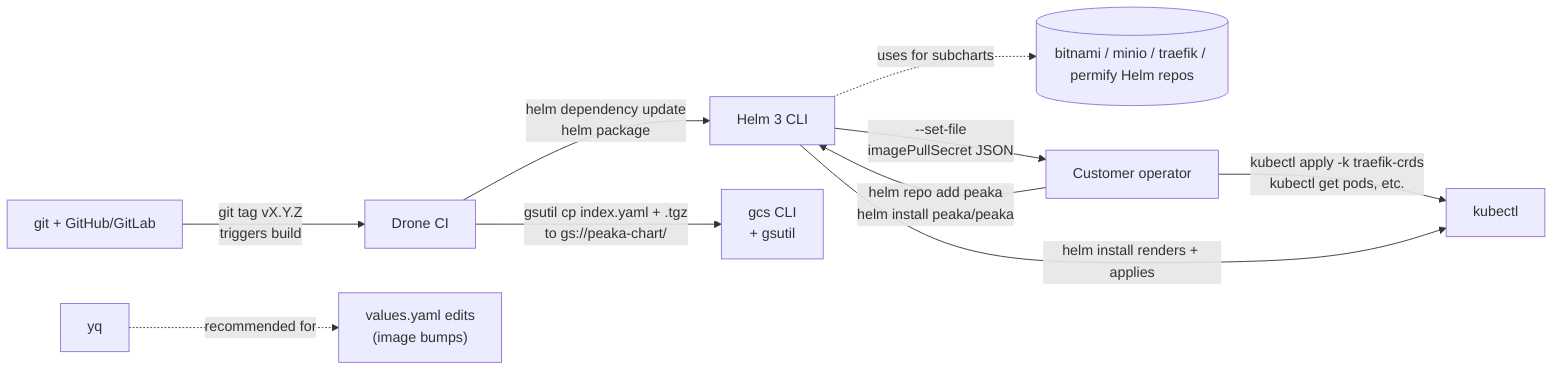
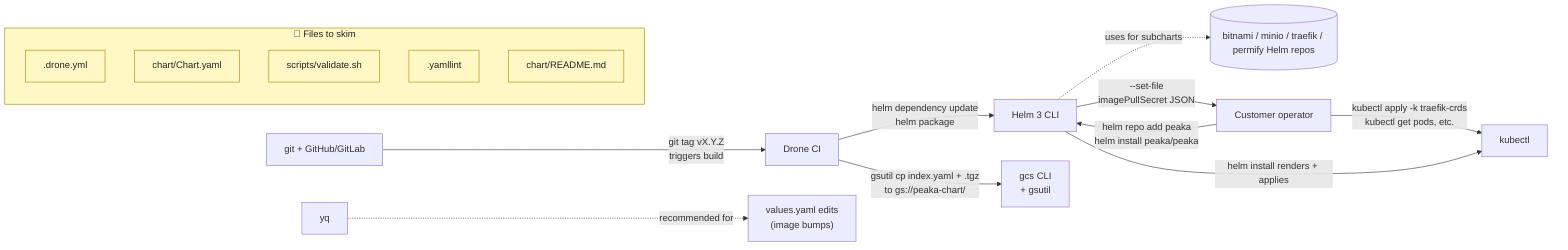
flowchart LR
    helm[Helm 3 CLI]
    kubectl[kubectl]
    drone[Drone CI]
    gcs["gcs CLI<br/>+ gsutil"]
    git["git + GitHub/GitLab"]
    yq[yq]

    git -->|"git tag vX.Y.Z<br/>triggers build"| drone
    drone -->|"helm dependency update<br/>helm package"| helm
    drone -->|"gsutil cp index.yaml + .tgz<br/>to gs://peaka-chart/"| gcs
    helm -.uses for subcharts.-> bitnami_repos[("bitnami / minio / traefik / permify Helm repos")]

    customer["Customer operator"]
    customer -->|"helm repo add peaka <gcs-url><br/>helm install peaka/peaka"| helm
    customer -->|"kubectl apply -k traefik-crds<br/>kubectl get pods, etc."| kubectl
    helm -->|"helm install renders + applies"| kubectl
    helm -->|"--set-file<br/>imagePullSecret JSON"| customer

    yq -.recommended for.-> values_edits["values.yaml edits<br/>(image bumps)"]
+ 
+     subgraph Files["📂 Files to skim"]
+         F1[.drone.yml]
+         F2[chart/Chart.yaml]
+         F3[scripts/validate.sh]
+         F4[.yamllint]
+         F5[chart/README.md]
+     end
+     classDef files fill:#fff8c5,stroke:#9a8800,color:#222
+     class Files,F1,F2,F3,F4,F5 files
